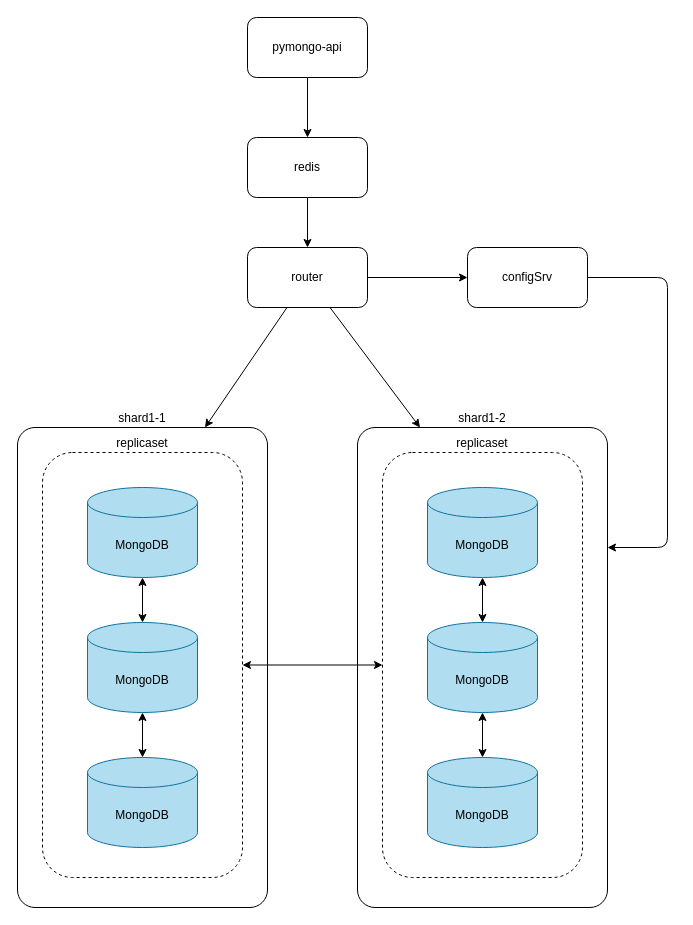
This is page "Option 3" (3 of 3) of tasks.drawio from binom1982/yandex-practicum-architecture-pro--black_friday, a draw.io file, before an edit. Source tidied: cells renumbered, new cells numbered last; positions are measured from the earlier drawing's top-left corner, leaving out a move shared by most shapes. Both pictures are drawn from the tidied source at 100%, with x=0, y=0 at pixel (17, 17).
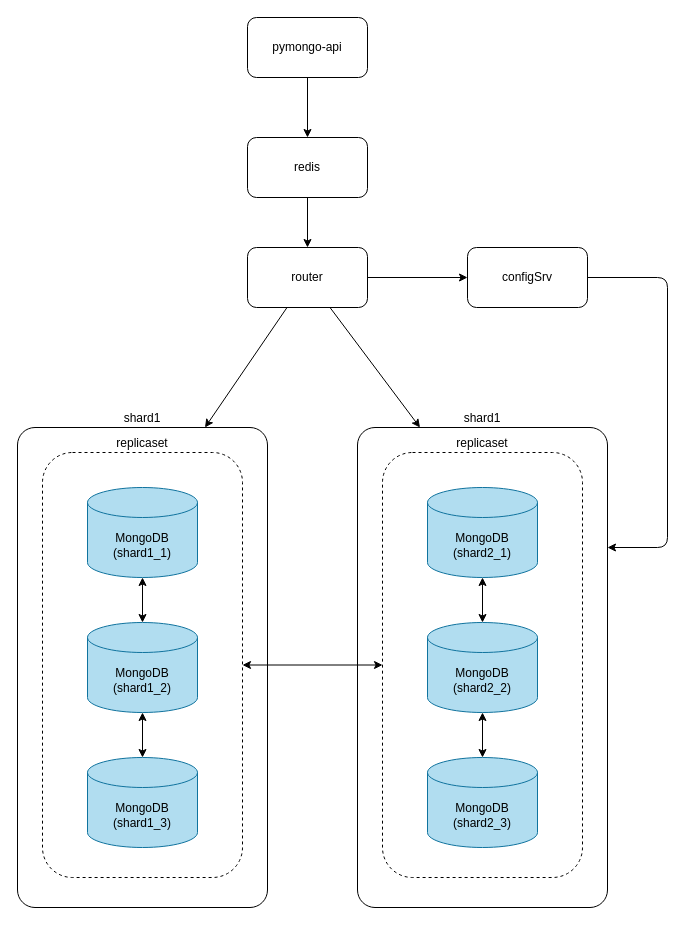
The same page after the edit.

Unchanged cells that the change refers to:
```xml
<mxCell id="3" value="replicaset" style="rounded=1;whiteSpace=wrap;html=1;labelPosition=center;verticalLabelPosition=top;align=center;verticalAlign=bottom;dashed=1;" parent="2" vertex="1">
  <mxGeometry x="25" y="25" width="200" height="425" as="geometry" />
</mxCell>
<mxCell id="22" value="replicaset" style="rounded=1;whiteSpace=wrap;html=1;labelPosition=center;verticalLabelPosition=top;align=center;verticalAlign=bottom;dashed=1;" parent="21" vertex="1">
  <mxGeometry x="25" y="25" width="200" height="425" as="geometry" />
</mxCell>
```

Change to the diagram source:
```diff
@@
-    <mxCell id="2" value="shard1-1" style="rounded=1;whiteSpace=wrap;html=1;labelPosition=center;verticalLabelPosition=top;align=center;verticalAlign=bottom;arcSize=7;" parent="1" vertex="1">
+    <mxCell id="2" value="shard1" style="rounded=1;whiteSpace=wrap;html=1;labelPosition=center;verticalLabelPosition=top;align=center;verticalAlign=bottom;arcSize=7;" parent="1" vertex="1">
       <mxGeometry y="410" width="250" height="480" as="geometry" />
     </mxCell>
@@
-    <mxCell id="5" value="MongoDB" style="shape=cylinder3;whiteSpace=wrap;html=1;boundedLbl=1;backgroundOutline=1;size=15;fillColor=#b1ddf0;strokeColor=#10739e;" parent="3" vertex="1">
+    <mxCell id="5" value="MongoDB&lt;br&gt;(shard1_1)" style="shape=cylinder3;whiteSpace=wrap;html=1;boundedLbl=1;backgroundOutline=1;size=15;fillColor=#b1ddf0;strokeColor=#10739e;" parent="3" vertex="1">
       <mxGeometry x="45" y="35" width="110" height="90" as="geometry" />
     </mxCell>
@@
-    <mxCell id="7" value="MongoDB" style="shape=cylinder3;whiteSpace=wrap;html=1;boundedLbl=1;backgroundOutline=1;size=15;fillColor=#b1ddf0;strokeColor=#10739e;" parent="3" vertex="1">
+    <mxCell id="7" value="MongoDB&lt;br&gt;&lt;span style=&quot;color: rgb(0, 0, 0);&quot;&gt;(shard1_2)&lt;/span&gt;" style="shape=cylinder3;whiteSpace=wrap;html=1;boundedLbl=1;backgroundOutline=1;size=15;fillColor=#b1ddf0;strokeColor=#10739e;" parent="3" vertex="1">
       <mxGeometry x="45" y="170" width="110" height="90" as="geometry" />
     </mxCell>
-    <mxCell id="8" value="MongoDB" style="shape=cylinder3;whiteSpace=wrap;html=1;boundedLbl=1;backgroundOutline=1;size=15;fillColor=#b1ddf0;strokeColor=#10739e;" parent="3" vertex="1">
+    <mxCell id="8" value="MongoDB&lt;br&gt;&lt;span style=&quot;color: rgb(0, 0, 0);&quot;&gt;(shard1_3)&lt;/span&gt;" style="shape=cylinder3;whiteSpace=wrap;html=1;boundedLbl=1;backgroundOutline=1;size=15;fillColor=#b1ddf0;strokeColor=#10739e;" parent="3" vertex="1">
       <mxGeometry x="45" y="305" width="110" height="90" as="geometry" />
     </mxCell>
@@
-    <mxCell id="21" value="shard1-2" style="rounded=1;whiteSpace=wrap;html=1;labelPosition=center;verticalLabelPosition=top;align=center;verticalAlign=bottom;arcSize=7;" parent="1" vertex="1">
+    <mxCell id="21" value="shard1" style="rounded=1;whiteSpace=wrap;html=1;labelPosition=center;verticalLabelPosition=top;align=center;verticalAlign=bottom;arcSize=7;" parent="1" vertex="1">
       <mxGeometry x="340" y="410" width="250" height="480" as="geometry" />
     </mxCell>
@@
-    <mxCell id="24" value="MongoDB" style="shape=cylinder3;whiteSpace=wrap;html=1;boundedLbl=1;backgroundOutline=1;size=15;fillColor=#b1ddf0;strokeColor=#10739e;" parent="22" vertex="1">
+    <mxCell id="24" value="MongoDB&lt;br&gt;&lt;span style=&quot;color: rgb(0, 0, 0);&quot;&gt;(shard2_1)&lt;/span&gt;" style="shape=cylinder3;whiteSpace=wrap;html=1;boundedLbl=1;backgroundOutline=1;size=15;fillColor=#b1ddf0;strokeColor=#10739e;" parent="22" vertex="1">
       <mxGeometry x="45" y="35" width="110" height="90" as="geometry" />
     </mxCell>
@@
-    <mxCell id="26" value="MongoDB" style="shape=cylinder3;whiteSpace=wrap;html=1;boundedLbl=1;backgroundOutline=1;size=15;fillColor=#b1ddf0;strokeColor=#10739e;" parent="22" vertex="1">
+    <mxCell id="26" value="MongoDB&lt;br&gt;&lt;span style=&quot;color: rgb(0, 0, 0);&quot;&gt;(shard2_2)&lt;/span&gt;" style="shape=cylinder3;whiteSpace=wrap;html=1;boundedLbl=1;backgroundOutline=1;size=15;fillColor=#b1ddf0;strokeColor=#10739e;" parent="22" vertex="1">
       <mxGeometry x="45" y="170" width="110" height="90" as="geometry" />
     </mxCell>
-    <mxCell id="27" value="MongoDB" style="shape=cylinder3;whiteSpace=wrap;html=1;boundedLbl=1;backgroundOutline=1;size=15;fillColor=#b1ddf0;strokeColor=#10739e;" parent="22" vertex="1">
+    <mxCell id="27" value="MongoDB&lt;br&gt;&lt;span style=&quot;color: rgb(0, 0, 0);&quot;&gt;(shard2_3)&lt;/span&gt;" style="shape=cylinder3;whiteSpace=wrap;html=1;boundedLbl=1;backgroundOutline=1;size=15;fillColor=#b1ddf0;strokeColor=#10739e;" parent="22" vertex="1">
       <mxGeometry x="45" y="305" width="110" height="90" as="geometry" />
     </mxCell>
```
